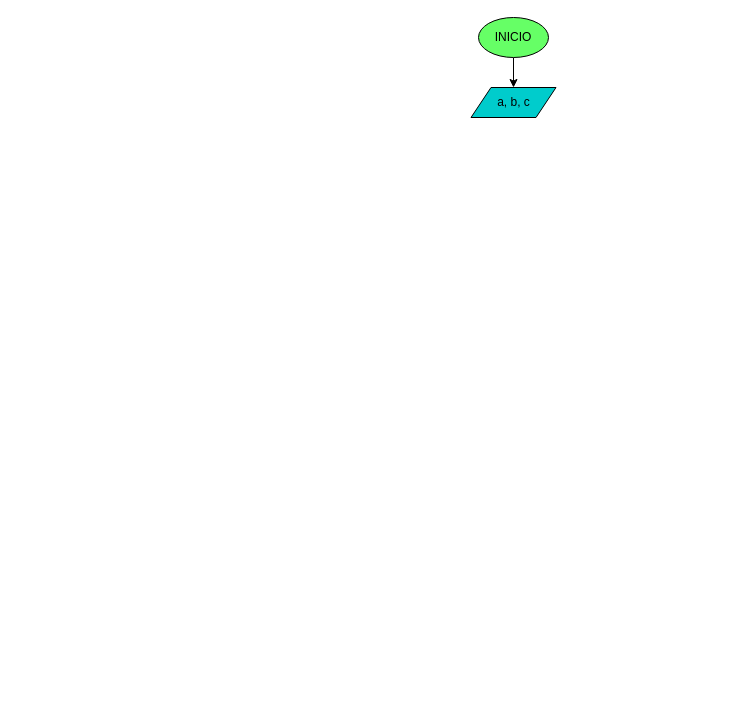
sistemas-colegio-guanenta/quiz-condicionales-santiardila0615 keeps this draw.io diagram as diagrama.drawio. Above is the earlier version. Source tidied: cells renumbered, new cells numbered last; positions are measured from the earlier drawing's top-left corner, leaving out a move shared by most shapes. Both pictures are drawn from the tidied source at 100%, with x=0, y=0 at pixel (470, 17).
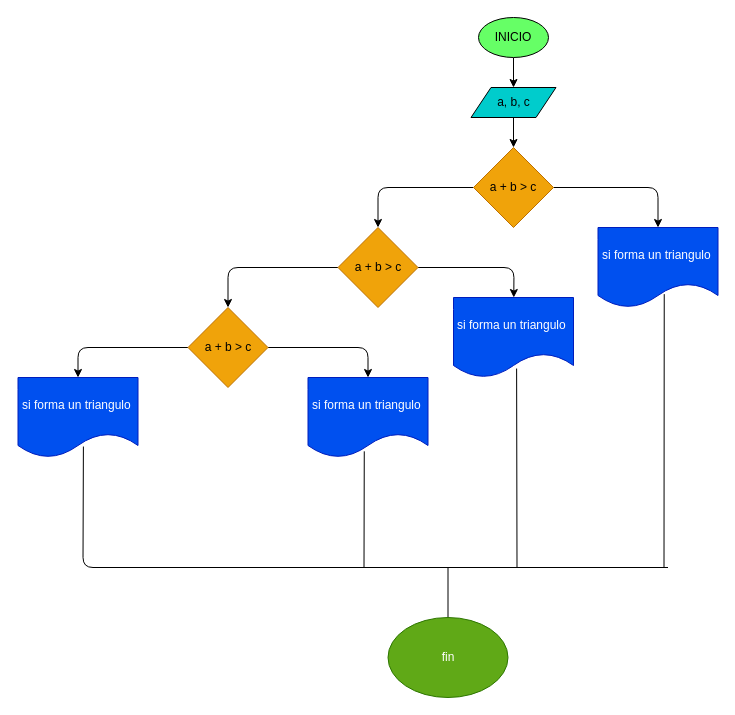
The same diagram, later.

Unchanged cells that the change refers to:
```xml
<mxCell id="4" value="a, b, c" style="shape=parallelogram;perimeter=parallelogramPerimeter;whiteSpace=wrap;html=1;fixedSize=1;fillColor=#00CCCC;" parent="1" vertex="1">
  <mxGeometry x="0.5" y="70" width="85" height="30" as="geometry" />
</mxCell>
```

Diff of the diagram source:
```diff
@@
+    <mxCell id="5" style="edgeStyle=none;html=1;" parent="1" edge="1" source="4" target="8">
+      <mxGeometry relative="1" as="geometry" />
+    </mxCell>
@@
+    <mxCell id="6" style="edgeStyle=none;html=1;fontColor=#FF8000;" parent="1" edge="1" source="8" target="11">
+      <mxGeometry relative="1" as="geometry">
+        <Array as="points">
+          <mxPoint x="-92.5" y="170" />
+        </Array>
+      </mxGeometry>
+    </mxCell>
+    <mxCell id="7" style="edgeStyle=none;html=1;fontColor=#FF8000;" parent="1" edge="1" source="8" target="15">
+      <mxGeometry relative="1" as="geometry">
+        <Array as="points">
+          <mxPoint x="187.5" y="170" />
+        </Array>
+      </mxGeometry>
+    </mxCell>
+    <mxCell id="8" value="a + b &amp;gt; c" style="rhombus;whiteSpace=wrap;html=1;fillColor=#f0a30a;fontColor=#000000;strokeColor=#BD7000;" parent="1" vertex="1">
+      <mxGeometry x="3" y="130" width="80" height="80" as="geometry" />
+    </mxCell>
+    <mxCell id="9" style="edgeStyle=none;html=1;fontColor=#FF8000;" parent="1" edge="1" source="11" target="14">
+      <mxGeometry relative="1" as="geometry">
+        <Array as="points">
+          <mxPoint x="-242.5" y="250" />
+        </Array>
+      </mxGeometry>
+    </mxCell>
+    <mxCell id="10" style="edgeStyle=none;html=1;fontColor=#FF8000;" parent="1" edge="1" source="11" target="16">
+      <mxGeometry relative="1" as="geometry">
+        <Array as="points">
+          <mxPoint x="43.5" y="250" />
+        </Array>
+      </mxGeometry>
+    </mxCell>
+    <mxCell id="11" value="a + b &amp;gt; c" style="rhombus;whiteSpace=wrap;html=1;fillColor=#f0a30a;strokeColor=#BD7000;fontColor=#000000;" parent="1" vertex="1">
+      <mxGeometry x="-132.5" y="210" width="80" height="80" as="geometry" />
+    </mxCell>
+    <mxCell id="12" style="edgeStyle=none;html=1;fontColor=#FF8000;" parent="1" edge="1" source="14" target="17">
+      <mxGeometry relative="1" as="geometry">
+        <Array as="points">
+          <mxPoint x="-102.5" y="330" />
+        </Array>
+      </mxGeometry>
+    </mxCell>
+    <mxCell id="13" style="edgeStyle=none;html=1;fontColor=#FF8000;" parent="1" edge="1" source="14" target="18">
+      <mxGeometry relative="1" as="geometry">
+        <Array as="points">
+          <mxPoint x="-392.5" y="330" />
+        </Array>
+      </mxGeometry>
+    </mxCell>
+    <mxCell id="14" value="a + b &amp;gt; c" style="rhombus;whiteSpace=wrap;html=1;fillColor=#f0a30a;strokeColor=#BD7000;fontColor=#000000;" parent="1" vertex="1">
+      <mxGeometry x="-282.5" y="290" width="80" height="80" as="geometry" />
+    </mxCell>
+    <mxCell id="15" value="si forma un triangulo&amp;nbsp;" style="shape=document;whiteSpace=wrap;html=1;boundedLbl=1;fillColor=#0050ef;strokeColor=#001DBC;fontColor=#ffffff;" parent="1" vertex="1">
+      <mxGeometry x="127.5" y="210" width="120" height="80" as="geometry" />
+    </mxCell>
+    <mxCell id="16" value="si forma un triangulo&amp;nbsp;" style="shape=document;whiteSpace=wrap;html=1;boundedLbl=1;fillColor=#0050ef;strokeColor=#001DBC;fontColor=#ffffff;" parent="1" vertex="1">
+      <mxGeometry x="-17" y="280" width="120" height="80" as="geometry" />
+    </mxCell>
+    <mxCell id="17" value="si forma un triangulo&amp;nbsp;" style="shape=document;whiteSpace=wrap;html=1;boundedLbl=1;fillColor=#0050ef;strokeColor=#001DBC;fontColor=#ffffff;" parent="1" vertex="1">
+      <mxGeometry x="-162.5" y="360" width="120" height="80" as="geometry" />
+    </mxCell>
+    <mxCell id="18" value="si forma un triangulo&amp;nbsp;" style="shape=document;whiteSpace=wrap;html=1;boundedLbl=1;fillColor=#0050ef;strokeColor=#001DBC;fontColor=#ffffff;" parent="1" vertex="1">
+      <mxGeometry x="-452.5" y="360" width="120" height="80" as="geometry" />
+    </mxCell>
+    <mxCell id="19" style="endArrow=none;html=1;fontColor=#FF8000;entryX=0.552;entryY=0.833;entryDx=0;entryDy=0;entryPerimeter=0;" parent="1" edge="1" target="15">
+      <mxGeometry relative="1" as="geometry">
+        <mxPoint x="193.5" y="550" as="sourcePoint" />
+      </mxGeometry>
+    </mxCell>
+    <mxCell id="20" style="endArrow=none;html=1;fontColor=#FF8000;exitX=0.545;exitY=0.863;exitDx=0;exitDy=0;exitPerimeter=0;" parent="1" edge="1" source="18">
+      <mxGeometry relative="1" as="geometry">
+        <mxPoint x="197.5" y="550" as="targetPoint" />
+        <Array as="points">
+          <mxPoint x="-387.5" y="550" />
+        </Array>
+      </mxGeometry>
+    </mxCell>
+    <mxCell id="21" style="endArrow=none;html=1;fontColor=#FF8000;exitX=0.469;exitY=0.923;exitDx=0;exitDy=0;exitPerimeter=0;" parent="1" edge="1" source="17">
+      <mxGeometry relative="1" as="geometry">
+        <mxPoint x="-106.5" y="550" as="targetPoint" />
+      </mxGeometry>
+    </mxCell>
+    <mxCell id="22" style="endArrow=none;html=1;fontColor=#FF8000;entryX=0.526;entryY=0.888;entryDx=0;entryDy=0;entryPerimeter=0;" parent="1" edge="1" target="16">
+      <mxGeometry relative="1" as="geometry">
+        <mxPoint x="46.5" y="550" as="sourcePoint" />
+      </mxGeometry>
+    </mxCell>
+    <mxCell id="23" style="endArrow=none;html=1;fontColor=#FF8000;" parent="1" edge="1" target="24">
+      <mxGeometry relative="1" as="geometry">
+        <mxPoint x="-22.5" y="550" as="sourcePoint" />
+      </mxGeometry>
+    </mxCell>
+    <mxCell id="24" value="&lt;font color=&quot;#ffffff&quot;&gt;fin&lt;/font&gt;" style="ellipse;whiteSpace=wrap;html=1;strokeColor=#2D7600;fontColor=#ffffff;fillColor=#60a917;" parent="1" vertex="1">
+      <mxGeometry x="-82.5" y="600" width="120" height="80" as="geometry" />
+    </mxCell>
```
